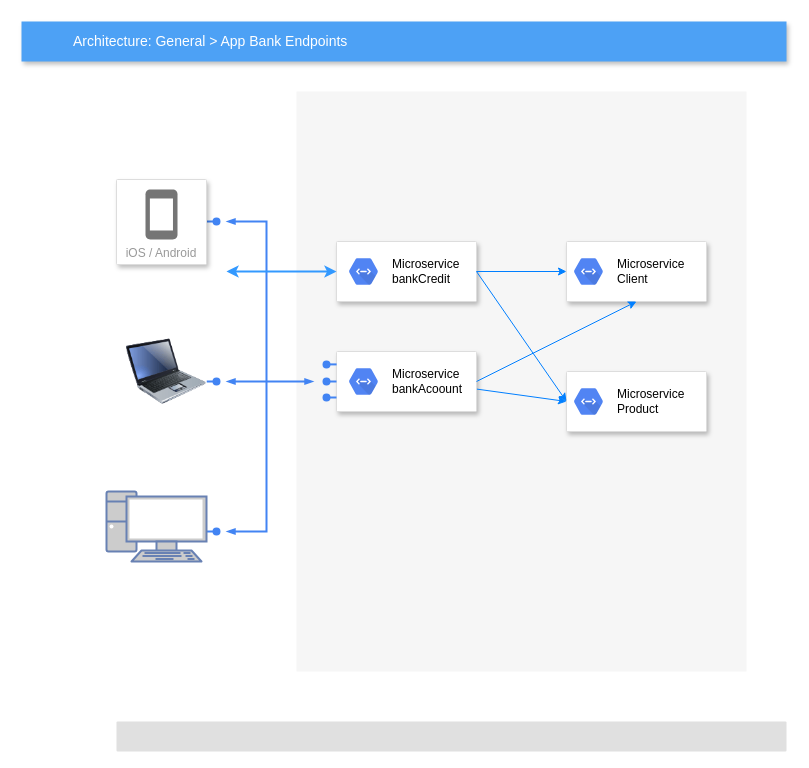
Earlier version of the draw.io diagram Diagrama App.drawio (Rivero13/diagram). Source tidied: cells renumbered, new cells numbered last; positions are measured from the earlier drawing's top-left corner, leaving out a move shared by most shapes. Both pictures are drawn from the tidied source at 100%, with x=0, y=0 at pixel (21, 21).
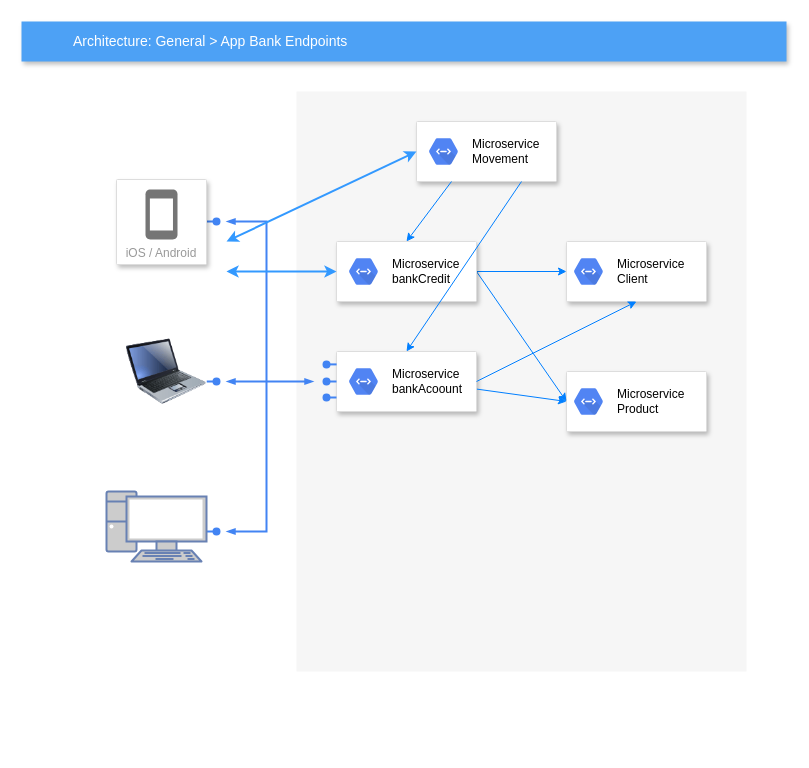
After the change.

Commit message:
diagrama de la aplicación

Unchanged cells that the change refers to:
```xml
<mxCell id="2" style="fillColor=#F6F6F6;strokeColor=none;shadow=0;gradientColor=none;fontSize=14;align=left;spacing=10;fontColor=#717171;9E9E9E;verticalAlign=top;spacingTop=-4;fontStyle=0;spacingLeft=40;html=1;" parent="1" vertex="1">
  <mxGeometry x="275" y="70" width="450" height="580" as="geometry" />
</mxCell>
<mxCell id="3" style="strokeColor=#dddddd;fillColor=#ffffff;shadow=1;strokeWidth=1;rounded=1;absoluteArcSize=1;arcSize=2;fontSize=14;fontColor=#808080;align=left;html=1;" parent="2" vertex="1">
  <mxGeometry x="270" y="150" width="140" height="60" as="geometry" />
</mxCell>
<mxCell id="5" style="strokeColor=#dddddd;fillColor=#ffffff;shadow=1;strokeWidth=1;rounded=1;absoluteArcSize=1;arcSize=2;fontSize=14;fontColor=#808080;align=left;html=1;" parent="2" vertex="1">
  <mxGeometry x="270" y="280" width="140" height="60" as="geometry" />
</mxCell>
<mxCell id="7" style="strokeColor=#dddddd;fillColor=#ffffff;shadow=1;strokeWidth=1;rounded=1;absoluteArcSize=1;arcSize=2;fontSize=14;fontColor=#808080;align=left;html=1;" parent="2" vertex="1">
  <mxGeometry x="40" y="150" width="140" height="60" as="geometry" />
</mxCell>
<mxCell id="15" style="strokeColor=#dddddd;fillColor=#ffffff;shadow=1;strokeWidth=1;rounded=1;absoluteArcSize=1;arcSize=2;fontSize=14;fontColor=#808080;align=left;html=1;" parent="1" vertex="1">
  <mxGeometry x="315" y="330" width="140" height="60" as="geometry" />
</mxCell>
```

What changed in the source:
```diff
@@
+    <mxCell id="9" style="endArrow=classic;html=1;rounded=0;strokeColor=#007FFF;entryX=0;entryY=0.5;entryDx=0;entryDy=0;exitX=1;exitY=0.5;exitDx=0;exitDy=0;" parent="2" edge="1" source="7" target="3">
+      <mxGeometry relative="1" as="geometry" />
+    </mxCell>
+    <mxCell id="10" style="endArrow=classic;html=1;rounded=0;strokeColor=#007FFF;entryX=0;entryY=0.5;entryDx=0;entryDy=0;exitX=1;exitY=0.5;exitDx=0;exitDy=0;" parent="2" edge="1" source="7" target="5">
+      <mxGeometry relative="1" as="geometry" />
+    </mxCell>
+    <mxCell id="30" style="strokeColor=#dddddd;fillColor=#ffffff;shadow=1;strokeWidth=1;rounded=1;absoluteArcSize=1;arcSize=2;fontSize=14;fontColor=#808080;align=left;html=1;" parent="2" vertex="1">
+      <mxGeometry x="120" y="30" width="140" height="60" as="geometry" />
+    </mxCell>
+    <mxCell id="31" value="&lt;font color=&quot;#000000&quot;&gt;Microservice &lt;br&gt;Movement&lt;br&gt;&lt;/font&gt;" style="dashed=0;html=1;fillColor=#5184F3;strokeColor=none;shape=mxgraph.gcp2.hexIcon;prIcon=cloud_endpoints;labelPosition=right;verticalLabelPosition=middle;align=left;verticalAlign=middle;spacingLeft=5;fontColor=#999999;fontSize=12;" parent="30" vertex="1">
+      <mxGeometry y="0.5" width="44" height="39" relative="1" as="geometry">
+        <mxPoint x="5" y="-19.5" as="offset" />
+      </mxGeometry>
+    </mxCell>
@@
-    <mxCell id="9" style="endArrow=classic;html=1;rounded=0;strokeColor=#007FFF;entryX=0;entryY=0.5;entryDx=0;entryDy=0;exitX=1;exitY=0.5;exitDx=0;exitDy=0;" parent="2" edge="1" source="7" target="3">
-      <mxGeometry relative="1" as="geometry" />
-    </mxCell>
-    <mxCell id="10" style="endArrow=classic;html=1;rounded=0;strokeColor=#007FFF;entryX=0;entryY=0.5;entryDx=0;entryDy=0;exitX=1;exitY=0.5;exitDx=0;exitDy=0;" parent="2" edge="1" source="7" target="5">
-      <mxGeometry relative="1" as="geometry" />
-    </mxCell>
+    <mxCell id="32" style="endArrow=classic;html=1;rounded=0;strokeColor=#007FFF;entryX=0.5;entryY=0;entryDx=0;entryDy=0;exitX=0.25;exitY=1;exitDx=0;exitDy=0;" parent="2" edge="1" source="30" target="7">
+      <mxGeometry relative="1" as="geometry" />
+    </mxCell>
@@
-    <mxCell id="17" style="rounded=1;absoluteArcSize=1;arcSize=2;html=1;strokeColor=none;gradientColor=none;shadow=0;dashed=0;strokeColor=none;fontSize=12;fontColor=#9E9E9E;align=left;verticalAlign=top;spacing=10;spacingTop=-4;fillColor=#E0E0E0;" parent="1" vertex="1">
-      <mxGeometry x="95" y="700" width="670" height="30" as="geometry" />
-    </mxCell>
@@
+    <mxCell id="33" style="endArrow=classic;startArrow=classic;html=1;rounded=0;strokeColor=#3399FF;entryX=0;entryY=0.5;entryDx=0;entryDy=0;strokeWidth=2;" parent="1" edge="1" target="30">
+      <mxGeometry relative="1" as="geometry">
+        <mxPoint x="205" y="220" as="sourcePoint" />
+      </mxGeometry>
+    </mxCell>
+    <mxCell id="34" style="endArrow=classic;html=1;rounded=0;exitX=0.75;exitY=1;exitDx=0;exitDy=0;entryX=0.5;entryY=0;entryDx=0;entryDy=0;strokeColor=#007FFF;" parent="1" edge="1" source="30" target="15">
+      <mxGeometry relative="1" as="geometry" />
+    </mxCell>
```
